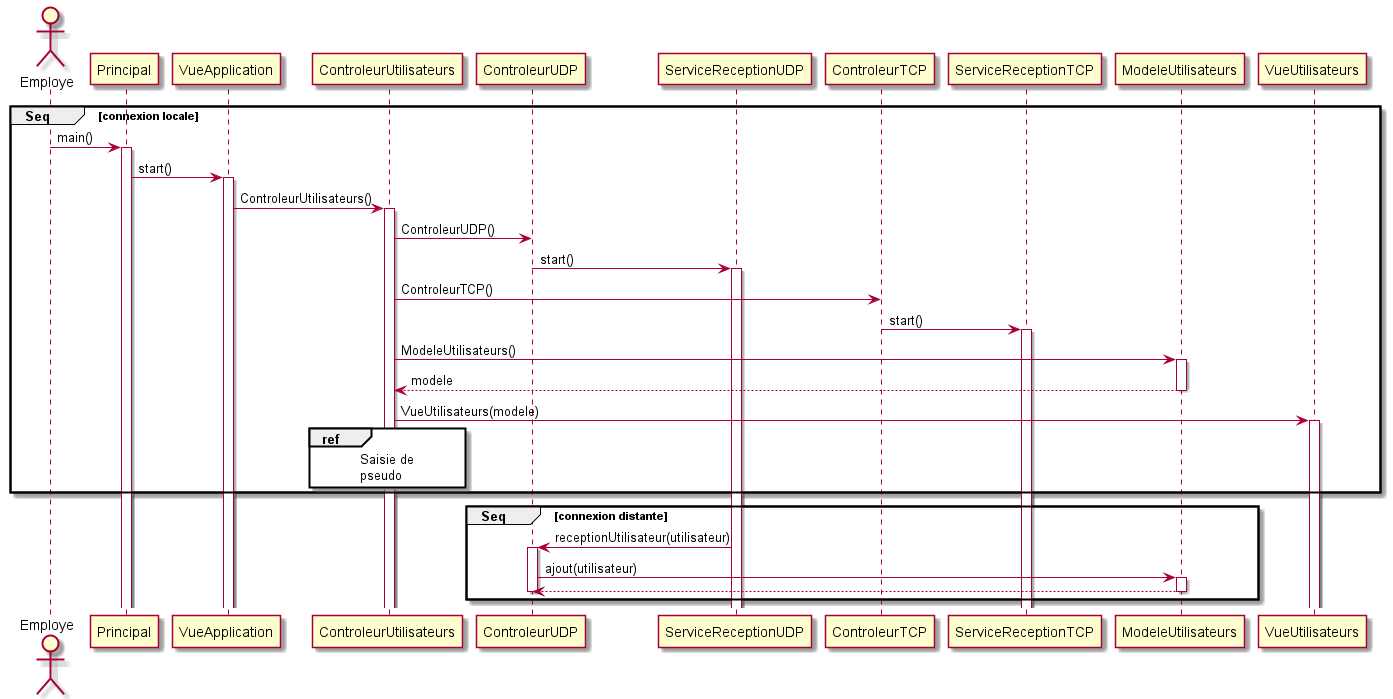
arc-hugo/clavardage_uml keeps this PlantUML diagram as sequence/connexion.png. Above is the earlier version.
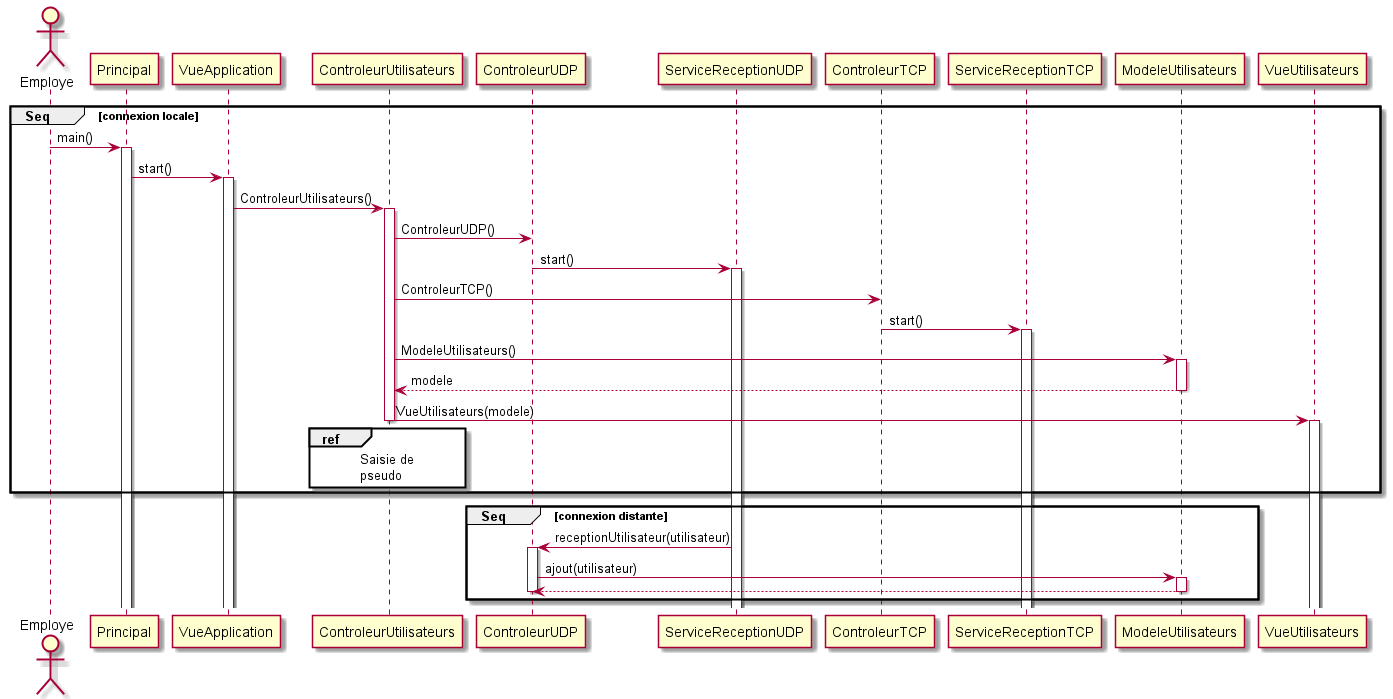
After the commit.

Commit message:
correction connexion et deconnexion

Change to the diagram source:
```diff
@@ -18,6 +18,7 @@
     ModeleUtilisateurs --> ControleurUtilisateurs : modele
     deactivate ModeleUtilisateurs
     ControleurUtilisateurs -> VueUtilisateurs : VueUtilisateurs(modele)
+    deactivate ControleurUtilisateurs
     activate VueUtilisateurs
     ref over ControleurUtilisateurs
         Saisie de
```
